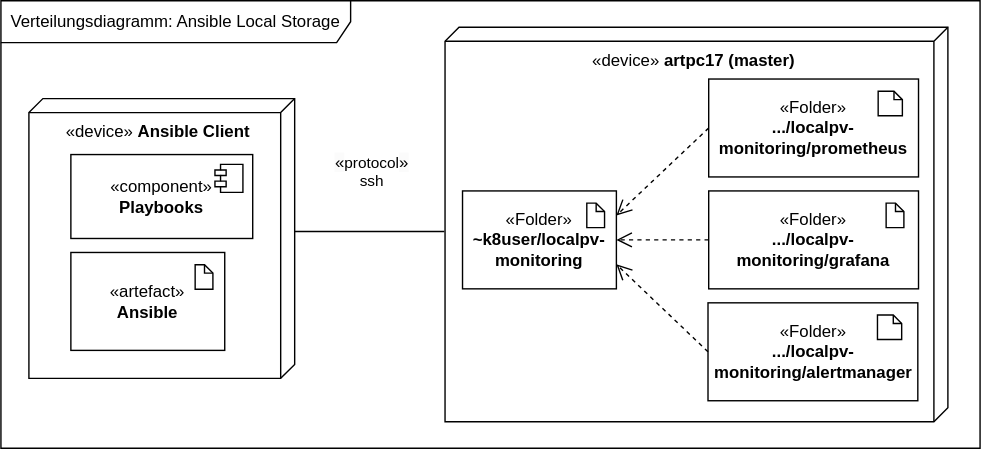
This is uni-bsc/dd-ansible-localstorage.drawio.svg from pogii123/drawio-charts, a draw.io export, as it was before one commit. Source tidied: cells renumbered, new cells last; positions are measured from the earlier drawing's top-left corner, leaving out a move shared by most shapes.
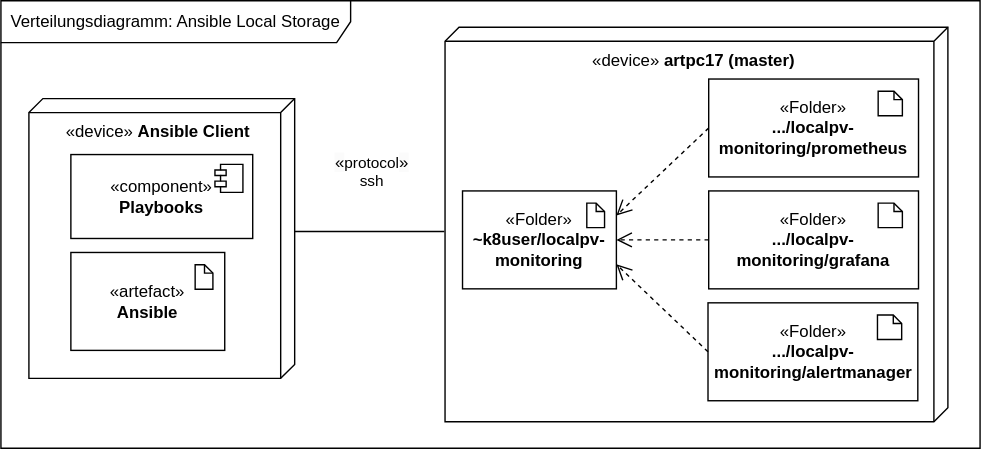
The same diagram one commit later.

Diff of the diagram source:
```diff
@@ -62,9 +62,9 @@
     <mxCell id="19" value="«Folder»&lt;br&gt;&lt;b&gt;.../localpv-monitoring/grafana&lt;/b&gt;" style="html=1;whiteSpace=wrap;" parent="18" vertex="1">
       <mxGeometry x="-20" width="150" height="70" as="geometry" />
     </mxCell>
-    <mxCell id="20" style="shape=note2;boundedLbl=1;whiteSpace=wrap;html=1;size=6;verticalAlign=top;align=left;spacingLeft=5;" parent="18" vertex="1">
-      <mxGeometry x="106.8" y="8.8" width="12.7" height="17.5" as="geometry" />
-    </mxCell>
+    <mxCell id="27" style="shape=note2;boundedLbl=1;whiteSpace=wrap;html=1;size=6;verticalAlign=top;align=left;spacingLeft=5;" parent="18" vertex="1">
+      <mxGeometry x="101.2" y="8.8" width="17.3" height="17.5" as="geometry" />
+    </mxCell>
     <mxCell id="21" style="group;" parent="1" vertex="1">
       <mxGeometry x="506" y="56" width="150" height="70" as="geometry" />
     </mxCell>
```
